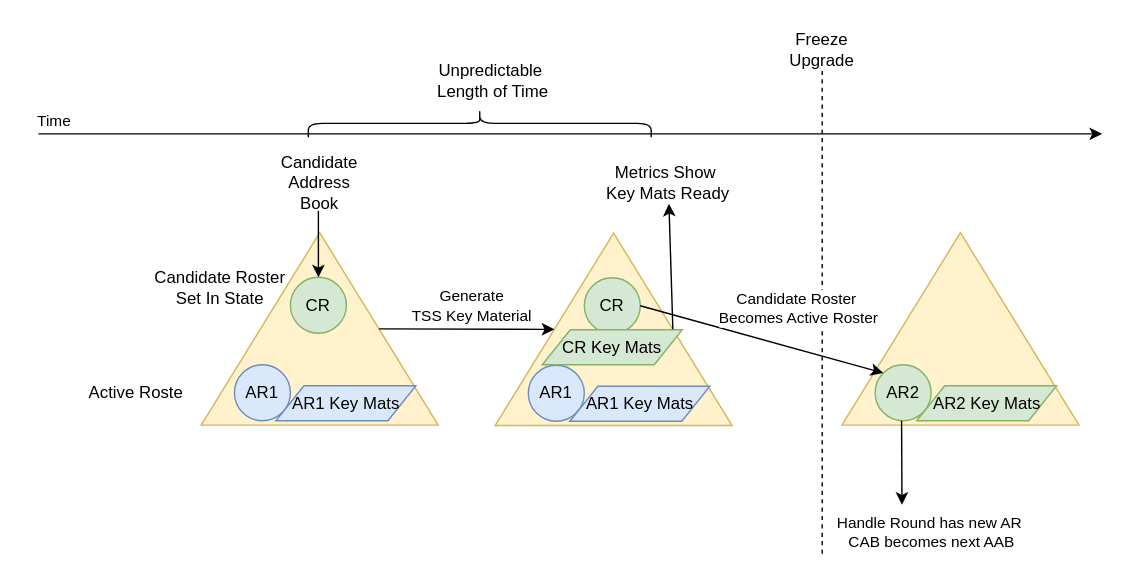
Earlier version of the draw.io export platform-sdk/docs/proposals/TSS-Ledger-Id/TSS-Roster-Lifecycle.drawio.svg (hashgraph/hedera-services). Source tidied: cells renumbered, new cells last; positions are measured from the earlier drawing's top-left corner, leaving out a move shared by most shapes. Source of this version:
```xml
<mxGraphModel>
  <root>
    <mxCell id="0" />
    <mxCell id="1" parent="0" />
    <mxCell id="2" style="triangle;whiteSpace=wrap;html=1;rotation=-90;fillColor=#fff2cc;strokeColor=#d6b656;" parent="1" vertex="1">
      <mxGeometry x="132.2" y="184.7" width="137.5" height="169.4" as="geometry" />
    </mxCell>
    <mxCell id="3" style="endArrow=classic;html=1;rounded=0;" parent="1" edge="1">
      <mxGeometry relative="1" as="geometry">
        <mxPoint y="130" as="sourcePoint" />
        <mxPoint x="760" y="130" as="targetPoint" />
      </mxGeometry>
    </mxCell>
    <mxCell id="4" value="Time" style="edgeLabel;html=1;align=center;verticalAlign=middle;" parent="3" vertex="1">
      <mxGeometry x="-0.46" relative="1" as="geometry">
        <mxPoint x="-197" y="-10" as="offset" />
      </mxGeometry>
    </mxCell>
    <mxCell id="5" value="CR" style="ellipse;whiteSpace=wrap;html=1;fillColor=#d5e8d4;strokeColor=#82b366;" parent="1" vertex="1">
      <mxGeometry x="180" y="232.5" width="40" height="40" as="geometry" />
    </mxCell>
    <mxCell id="6" style="endArrow=classic;html=1;rounded=0;exitX=0.5;exitY=1;exitDx=0;exitDy=0;" parent="1" edge="1" target="5">
      <mxGeometry relative="1" as="geometry">
        <mxPoint x="200" y="185" as="sourcePoint" />
      </mxGeometry>
    </mxCell>
    <mxCell id="7" value="Candidate Address Book" style="text;html=1;align=center;verticalAlign=middle;whiteSpace=wrap;rounded=0;" parent="1" vertex="1">
      <mxGeometry x="170.9" y="150" width="60" height="30" as="geometry" />
    </mxCell>
    <mxCell id="8" value="Candidate Roster&lt;div&gt;Set In State&lt;/div&gt;" style="text;html=1;align=center;verticalAlign=middle;whiteSpace=wrap;rounded=0;" parent="1" vertex="1">
      <mxGeometry x="80" y="225" width="100" height="30" as="geometry" />
    </mxCell>
    <mxCell id="9" value="AR1" style="ellipse;whiteSpace=wrap;html=1;fillColor=#dae8fc;strokeColor=#6c8ebf;" parent="1" vertex="1">
      <mxGeometry x="140" y="295" width="40" height="40" as="geometry" />
    </mxCell>
    <mxCell id="10" value="AR1 Key Mats" style="shape=parallelogram;perimeter=parallelogramPerimeter;whiteSpace=wrap;html=1;fixedSize=1;fillColor=#dae8fc;strokeColor=#6c8ebf;" parent="1" vertex="1">
      <mxGeometry x="169.7" y="310" width="100" height="25" as="geometry" />
    </mxCell>
    <mxCell id="11" style="triangle;whiteSpace=wrap;html=1;rotation=-90;fillColor=#fff2cc;strokeColor=#d6b656;" parent="1" vertex="1">
      <mxGeometry x="342.2" y="185" width="137.5" height="169.4" as="geometry" />
    </mxCell>
    <mxCell id="12" value="CR" style="ellipse;whiteSpace=wrap;html=1;fillColor=#d5e8d4;strokeColor=#82b366;" parent="1" vertex="1">
      <mxGeometry x="390" y="232.8" width="40" height="40" as="geometry" />
    </mxCell>
    <mxCell id="13" value="AR1" style="ellipse;whiteSpace=wrap;html=1;fillColor=#dae8fc;strokeColor=#6c8ebf;" parent="1" vertex="1">
      <mxGeometry x="350" y="295.3" width="40" height="40" as="geometry" />
    </mxCell>
    <mxCell id="14" value="AR1 Key Mats" style="shape=parallelogram;perimeter=parallelogramPerimeter;whiteSpace=wrap;html=1;fixedSize=1;fillColor=#dae8fc;strokeColor=#6c8ebf;" parent="1" vertex="1">
      <mxGeometry x="379.7" y="310.3" width="100" height="25" as="geometry" />
    </mxCell>
    <mxCell id="15" value="CR Key Mats" style="shape=parallelogram;perimeter=parallelogramPerimeter;whiteSpace=wrap;html=1;fixedSize=1;fillColor=#d5e8d4;strokeColor=#82b366;" parent="1" vertex="1">
      <mxGeometry x="360" y="270" width="100" height="25" as="geometry" />
    </mxCell>
    <mxCell id="16" style="endArrow=classic;html=1;rounded=0;exitX=0.5;exitY=1;exitDx=0;exitDy=0;entryX=0.5;entryY=0;entryDx=0;entryDy=0;" parent="1" edge="1" source="2" target="11">
      <mxGeometry relative="1" as="geometry" />
    </mxCell>
    <mxCell id="17" value="Generate&amp;nbsp;&lt;div&gt;TSS Key Material&amp;nbsp;&lt;/div&gt;" style="edgeLabel;html=1;align=center;verticalAlign=middle;" parent="16" vertex="1">
      <mxGeometry x="0.3" y="2" relative="1" as="geometry">
        <mxPoint x="-15" y="-15" as="offset" />
      </mxGeometry>
    </mxCell>
    <mxCell id="18" style="endArrow=none;dashed=1;html=1;rounded=0;" parent="1" edge="1" target="19">
      <mxGeometry relative="1" as="geometry">
        <mxPoint x="560" y="430" as="sourcePoint" />
      </mxGeometry>
    </mxCell>
    <mxCell id="19" value="Freeze Upgrade" style="text;html=1;align=center;verticalAlign=middle;whiteSpace=wrap;rounded=0;" parent="1" vertex="1">
      <mxGeometry x="530" y="55" width="60" height="30" as="geometry" />
    </mxCell>
    <mxCell id="20" style="triangle;whiteSpace=wrap;html=1;rotation=-90;fillColor=#fff2cc;strokeColor=#d6b656;" parent="1" vertex="1">
      <mxGeometry x="590" y="184.7" width="137.5" height="169.4" as="geometry" />
    </mxCell>
    <mxCell id="21" value="AR2" style="ellipse;whiteSpace=wrap;html=1;fillColor=#d5e8d4;strokeColor=#82b366;" parent="1" vertex="1">
      <mxGeometry x="597.8" y="295" width="40" height="40" as="geometry" />
    </mxCell>
    <mxCell id="22" value="AR2 Key Mats" style="shape=parallelogram;perimeter=parallelogramPerimeter;whiteSpace=wrap;html=1;fixedSize=1;fillColor=#d5e8d4;strokeColor=#82b366;" parent="1" vertex="1">
      <mxGeometry x="627.5" y="310" width="100" height="25" as="geometry" />
    </mxCell>
    <mxCell id="23" style="endArrow=classic;html=1;rounded=0;exitX=1;exitY=0.5;exitDx=0;exitDy=0;entryX=0;entryY=0;entryDx=0;entryDy=0;" parent="1" edge="1" source="12" target="21">
      <mxGeometry relative="1" as="geometry" />
    </mxCell>
    <mxCell id="24" value="Candidate Roster&amp;nbsp;&lt;div&gt;Becomes Active Roster&lt;/div&gt;" style="edgeLabel;html=1;align=center;verticalAlign=middle;" parent="23" vertex="1">
      <mxGeometry x="0.29" y="1" relative="1" as="geometry">
        <mxPoint y="-28" as="offset" />
      </mxGeometry>
    </mxCell>
    <mxCell id="25" style="endArrow=classic;html=1;rounded=0;exitX=0.5;exitY=1;exitDx=0;exitDy=0;" parent="1" edge="1">
      <mxGeometry relative="1" as="geometry">
        <mxPoint x="616.7" y="335" as="sourcePoint" />
        <mxPoint x="617" y="395" as="targetPoint" />
      </mxGeometry>
    </mxCell>
    <mxCell id="26" value="Handle Round has new AR&amp;nbsp;&lt;div&gt;&lt;div&gt;CAB becomes next AAB&lt;/div&gt;&lt;/div&gt;" style="edgeLabel;html=1;align=center;verticalAlign=middle;" parent="25" vertex="1">
      <mxGeometry x="0.09" relative="1" as="geometry">
        <mxPoint x="21" y="47" as="offset" />
      </mxGeometry>
    </mxCell>
    <mxCell id="27" value="Active Roste" style="text;html=1;align=center;verticalAlign=middle;whiteSpace=wrap;rounded=0;" parent="1" vertex="1">
      <mxGeometry x="20" y="300" width="100" height="30" as="geometry" />
    </mxCell>
    <mxCell id="28" style="shape=curlyBracket;whiteSpace=wrap;html=1;rounded=1;labelPosition=left;verticalLabelPosition=middle;align=right;verticalAlign=middle;rotation=90;" parent="1" vertex="1">
      <mxGeometry x="305.3" width="20" height="245" as="geometry" />
    </mxCell>
    <mxCell id="29" value="Unpredictable&amp;nbsp;&lt;div&gt;Length of Time&lt;/div&gt;" style="text;html=1;align=center;verticalAlign=middle;whiteSpace=wrap;rounded=0;" parent="1" vertex="1">
      <mxGeometry x="280" y="76.9" width="90" height="30" as="geometry" />
    </mxCell>
    <mxCell id="30" style="endArrow=classic;html=1;rounded=0;exitX=0.5;exitY=1;exitDx=0;exitDy=0;" parent="1" edge="1" source="11" target="31">
      <mxGeometry relative="1" as="geometry" />
    </mxCell>
    <mxCell id="31" value="Metrics Show&amp;nbsp;&lt;div&gt;Key Mats Ready&lt;/div&gt;" style="text;html=1;align=center;verticalAlign=middle;whiteSpace=wrap;rounded=0;" parent="1" vertex="1">
      <mxGeometry x="390" y="150" width="120" height="30" as="geometry" />
    </mxCell>
  </root>
</mxGraphModel>
```
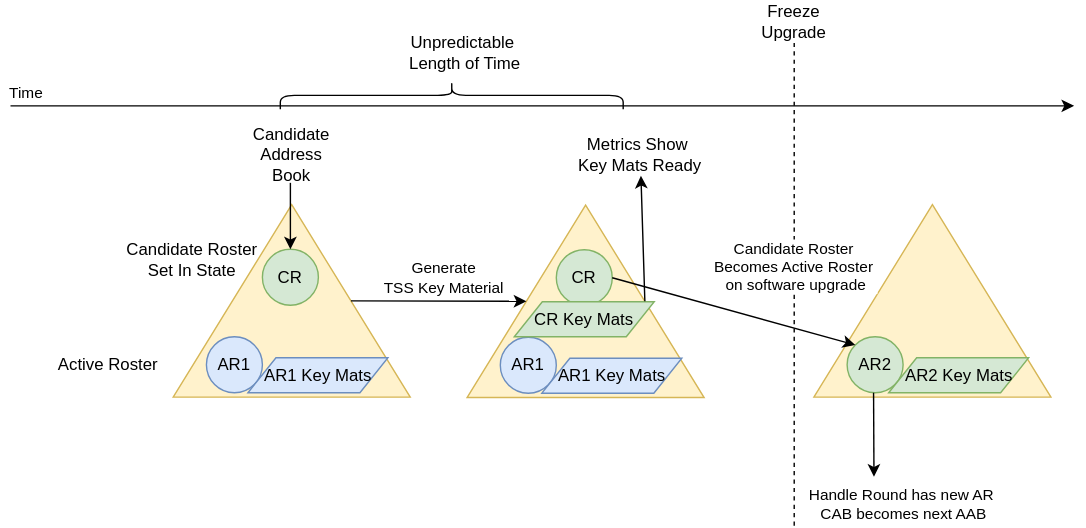
Later version of the same file.

What changed in the source:
```diff
@@ -79,9 +79,9 @@
     <mxCell id="23" style="endArrow=classic;html=1;rounded=0;exitX=1;exitY=0.5;exitDx=0;exitDy=0;entryX=0;entryY=0;entryDx=0;entryDy=0;" parent="1" edge="1" source="12" target="21">
       <mxGeometry relative="1" as="geometry" />
     </mxCell>
-    <mxCell id="24" value="Candidate Roster&amp;nbsp;&lt;div&gt;Becomes Active Roster&lt;/div&gt;" style="edgeLabel;html=1;align=center;verticalAlign=middle;" parent="23" vertex="1">
+    <mxCell id="24" value="Candidate Roster&amp;nbsp;&lt;div&gt;Becomes Active Roster&amp;nbsp;&lt;/div&gt;&lt;div&gt;on software upgrade&lt;/div&gt;" style="edgeLabel;html=1;align=center;verticalAlign=middle;" parent="23" vertex="1">
       <mxGeometry x="0.29" y="1" relative="1" as="geometry">
-        <mxPoint y="-28" as="offset" />
+        <mxPoint x="18" y="-38" as="offset" />
       </mxGeometry>
     </mxCell>
     <mxCell id="25" style="endArrow=classic;html=1;rounded=0;exitX=0.5;exitY=1;exitDx=0;exitDy=0;" parent="1" edge="1">
@@ -95,7 +95,7 @@
         <mxPoint x="21" y="47" as="offset" />
       </mxGeometry>
     </mxCell>
-    <mxCell id="27" value="Active Roste" style="text;html=1;align=center;verticalAlign=middle;whiteSpace=wrap;rounded=0;" parent="1" vertex="1">
+    <mxCell id="27" value="Active Roster" style="text;html=1;align=center;verticalAlign=middle;whiteSpace=wrap;rounded=0;" parent="1" vertex="1">
       <mxGeometry x="20" y="300" width="100" height="30" as="geometry" />
     </mxCell>
     <mxCell id="28" style="shape=curlyBracket;whiteSpace=wrap;html=1;rounded=1;labelPosition=left;verticalLabelPosition=middle;align=right;verticalAlign=middle;rotation=90;" parent="1" vertex="1">
```
